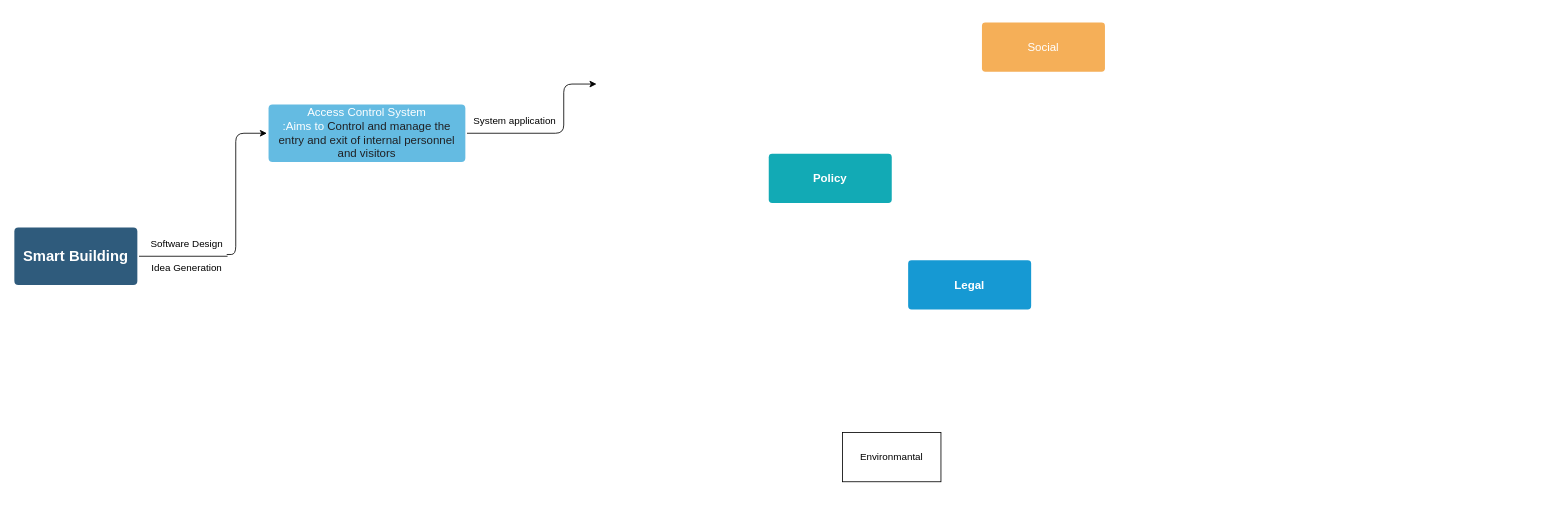
Allen-W426/java-8-lambdas-exercises keeps this draw.io diagram as Untitled Diagram.drawio. Above is the earlier version. Source tidied: cells renumbered, new cells numbered last; positions are measured from the earlier drawing's top-left corner, leaving out a move shared by most shapes. Both pictures are drawn from the tidied source at 82%, with x=0, y=0 at pixel (14, 22).
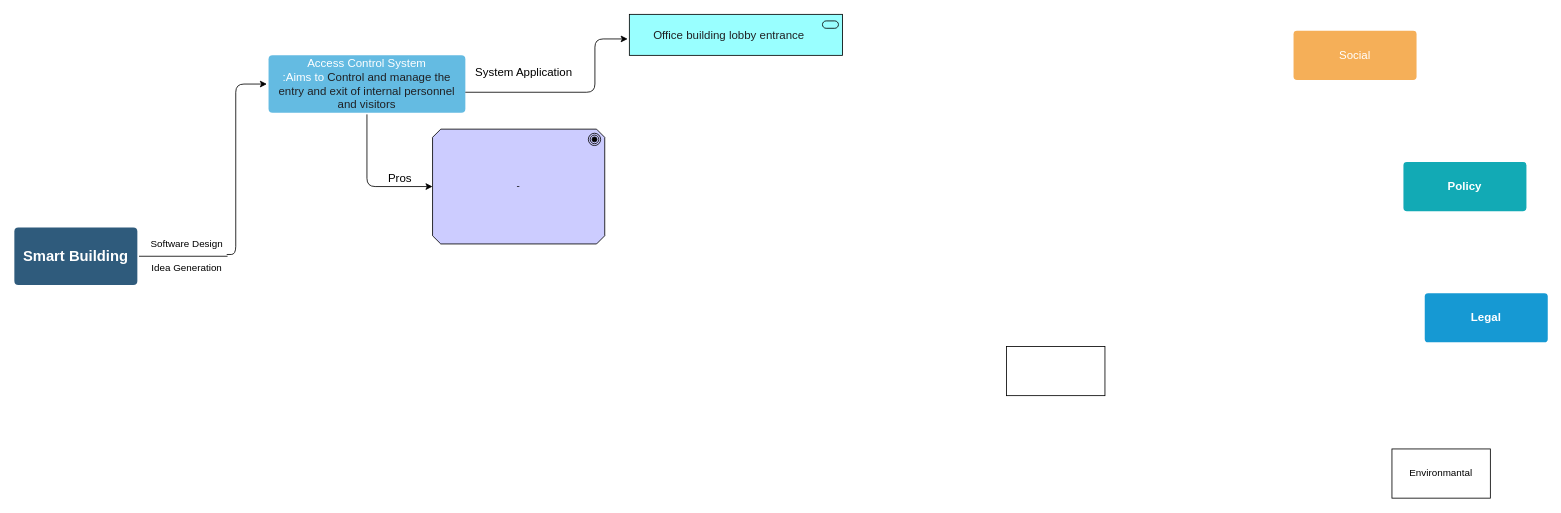
The same diagram, later.

The edit, as a diff of the source:
```diff
@@
     <mxCell id="3" value="Legal" style="rounded=1;whiteSpace=wrap;html=1;shadow=0;labelBackgroundColor=none;strokeColor=none;strokeWidth=3;fillColor=#1699d3;fontFamily=Helvetica;fontSize=14;fontColor=#FFFFFF;align=center;spacing=5;fontStyle=1;arcSize=7;perimeterSpacing=2;" parent="1" vertex="1">
-      <mxGeometry x="1090" y="290" width="150" height="60" as="geometry" />
+      <mxGeometry x="1720" y="330" width="150" height="60" as="geometry" />
     </mxCell>
     <mxCell id="4" value="Access Control System&lt;br&gt;&lt;font style=&quot;font-size: 14px&quot;&gt;:Aims to&amp;nbsp;&lt;span style=&quot;color: rgb(32 , 33 , 36) ; font-family: &amp;#34;arial&amp;#34; , sans-serif ; text-align: left&quot;&gt;&lt;font&gt;Control and manage the entry and exit of internal personnel and visitors&lt;/font&gt;&lt;/span&gt;&lt;/font&gt;" style="rounded=1;whiteSpace=wrap;html=1;shadow=0;labelBackgroundColor=none;strokeColor=none;strokeWidth=3;fillColor=#64bbe2;fontFamily=Helvetica;fontSize=14;fontColor=#FFFFFF;align=center;spacing=5;arcSize=7;perimeterSpacing=2;" parent="1" vertex="1">
-      <mxGeometry x="310" y="100" width="240" height="70" as="geometry" />
+      <mxGeometry x="310" y="40" width="240" height="70" as="geometry" />
     </mxCell>
     <mxCell id="5" value="Social" style="rounded=1;whiteSpace=wrap;html=1;shadow=0;labelBackgroundColor=none;strokeColor=none;strokeWidth=3;fillColor=#f5af58;fontFamily=Helvetica;fontSize=14;fontColor=#FFFFFF;align=center;spacing=5;arcSize=7;perimeterSpacing=2;" parent="1" vertex="1">
-      <mxGeometry x="1180" width="150" height="60" as="geometry" />
+      <mxGeometry x="1560" y="10" width="150" height="60" as="geometry" />
     </mxCell>
     <mxCell id="6" value="Policy" style="rounded=1;whiteSpace=wrap;html=1;shadow=0;labelBackgroundColor=none;strokeColor=none;strokeWidth=3;fillColor=#12aab5;fontFamily=Helvetica;fontSize=14;fontColor=#FFFFFF;align=center;spacing=5;fontStyle=1;arcSize=7;perimeterSpacing=2;" parent="1" vertex="1">
-      <mxGeometry x="920" y="160" width="150" height="60" as="geometry" />
+      <mxGeometry x="1694" y="170" width="150" height="60" as="geometry" />
     </mxCell>
-    <mxCell id="7" value="System application" style="text;html=1;align=center;verticalAlign=middle;" parent="1" vertex="1">
-      <mxGeometry x="550" y="110" width="120" height="20" as="geometry" />
-    </mxCell>
@@
-    <mxCell id="12" style="edgeStyle=elbowEdgeStyle;elbow=horizontal;endArrow=classic;html=1;exitX=1;exitY=0.5;exitDx=0;exitDy=0;" parent="1" edge="1" source="4">
-      <mxGeometry relative="1" as="geometry">
-        <mxPoint x="710" y="75" as="targetPoint" />
-        <Array as="points">
-          <mxPoint x="670" y="90" />
-        </Array>
-      </mxGeometry>
-    </mxCell>
     <mxCell id="13" value="Environmantal" style="whiteSpace=wrap;html=1;" parent="1" vertex="1">
-      <mxGeometry x="1010" y="500" width="120" height="60" as="geometry" />
+      <mxGeometry x="1680" y="520" width="120" height="60" as="geometry" />
     </mxCell>
+    <mxCell id="14" style="edgeStyle=elbowEdgeStyle;elbow=horizontal;endArrow=classic;html=1;exitX=1;exitY=0.5;exitDx=0;exitDy=0;" parent="1" edge="1">
+      <mxGeometry relative="1" as="geometry">
+        <mxPoint x="550" y="85" as="sourcePoint" />
+        <mxPoint x="748" y="20" as="targetPoint" />
+        <Array as="points">
+          <mxPoint x="708" y="40" />
+          <mxPoint x="648" y="60" />
+          <mxPoint x="628" y="60" />
+        </Array>
+      </mxGeometry>
+    </mxCell>
+    <mxCell id="15" value="&lt;font style=&quot;font-size: 14px&quot;&gt;System Application&lt;/font&gt;" style="edgeLabel;html=1;align=center;verticalAlign=middle;" parent="14" vertex="1">
+      <mxGeometry x="-0.56" y="6" relative="1" as="geometry">
+        <mxPoint x="12" y="-19" as="offset" />
+      </mxGeometry>
+    </mxCell>
+    <mxCell id="16" style="whiteSpace=wrap;html=1;" parent="1" vertex="1">
+      <mxGeometry x="1210" y="395" width="120" height="60" as="geometry" />
+    </mxCell>
+    <mxCell id="17" value="&lt;pre class=&quot;tw-data-text tw-text-large XcVN5d tw-ta&quot; id=&quot;tw-target-text&quot; dir=&quot;ltr&quot; style=&quot;line-height: 36px ; border: none ; padding: 2px 0.14em 2px 0px ; position: relative ; margin-top: -2px ; margin-bottom: -2px ; resize: none ; font-family: inherit ; overflow: hidden ; text-align: left ; width: 277px ; overflow-wrap: break-word ; color: rgb(32 , 33 , 36)&quot;&gt;&lt;span lang=&quot;en&quot;&gt;&lt;font style=&quot;font-size: 14px&quot;&gt;          Office building lobby entrance&lt;/font&gt;&lt;/span&gt;&lt;/pre&gt;" style="html=1;whiteSpace=wrap;fillColor=#99ffff;shape=mxgraph.archimate.application;appType=service;" parent="1" vertex="1">
+      <mxGeometry x="750" y="-10" width="260" height="50" as="geometry" />
+    </mxCell>
+    <mxCell id="18" value="&lt;font style=&quot;font-size: 14px&quot;&gt;Pros&lt;/font&gt;" style="text;html=1;align=center;verticalAlign=middle;" parent="1" vertex="1">
+      <mxGeometry x="450" y="180" width="40" height="20" as="geometry" />
+    </mxCell>
+    <mxCell id="19" value="-" style="html=1;outlineConnect=0;whiteSpace=wrap;fillColor=#ccccff;shape=mxgraph.archimate.motiv;motivType=goal;" parent="1" vertex="1">
+      <mxGeometry x="510" y="130" width="210" height="140" as="geometry" />
+    </mxCell>
+    <mxCell id="20" style="endArrow=classic;html=1;exitX=0.5;exitY=1;exitDx=0;exitDy=0;entryX=0;entryY=0.5;entryDx=0;entryDy=0;entryPerimeter=0;" parent="1" edge="1" source="4" target="19">
+      <mxGeometry relative="1" as="geometry">
+        <Array as="points">
+          <mxPoint x="430" y="200" />
+        </Array>
+      </mxGeometry>
+    </mxCell>
```
